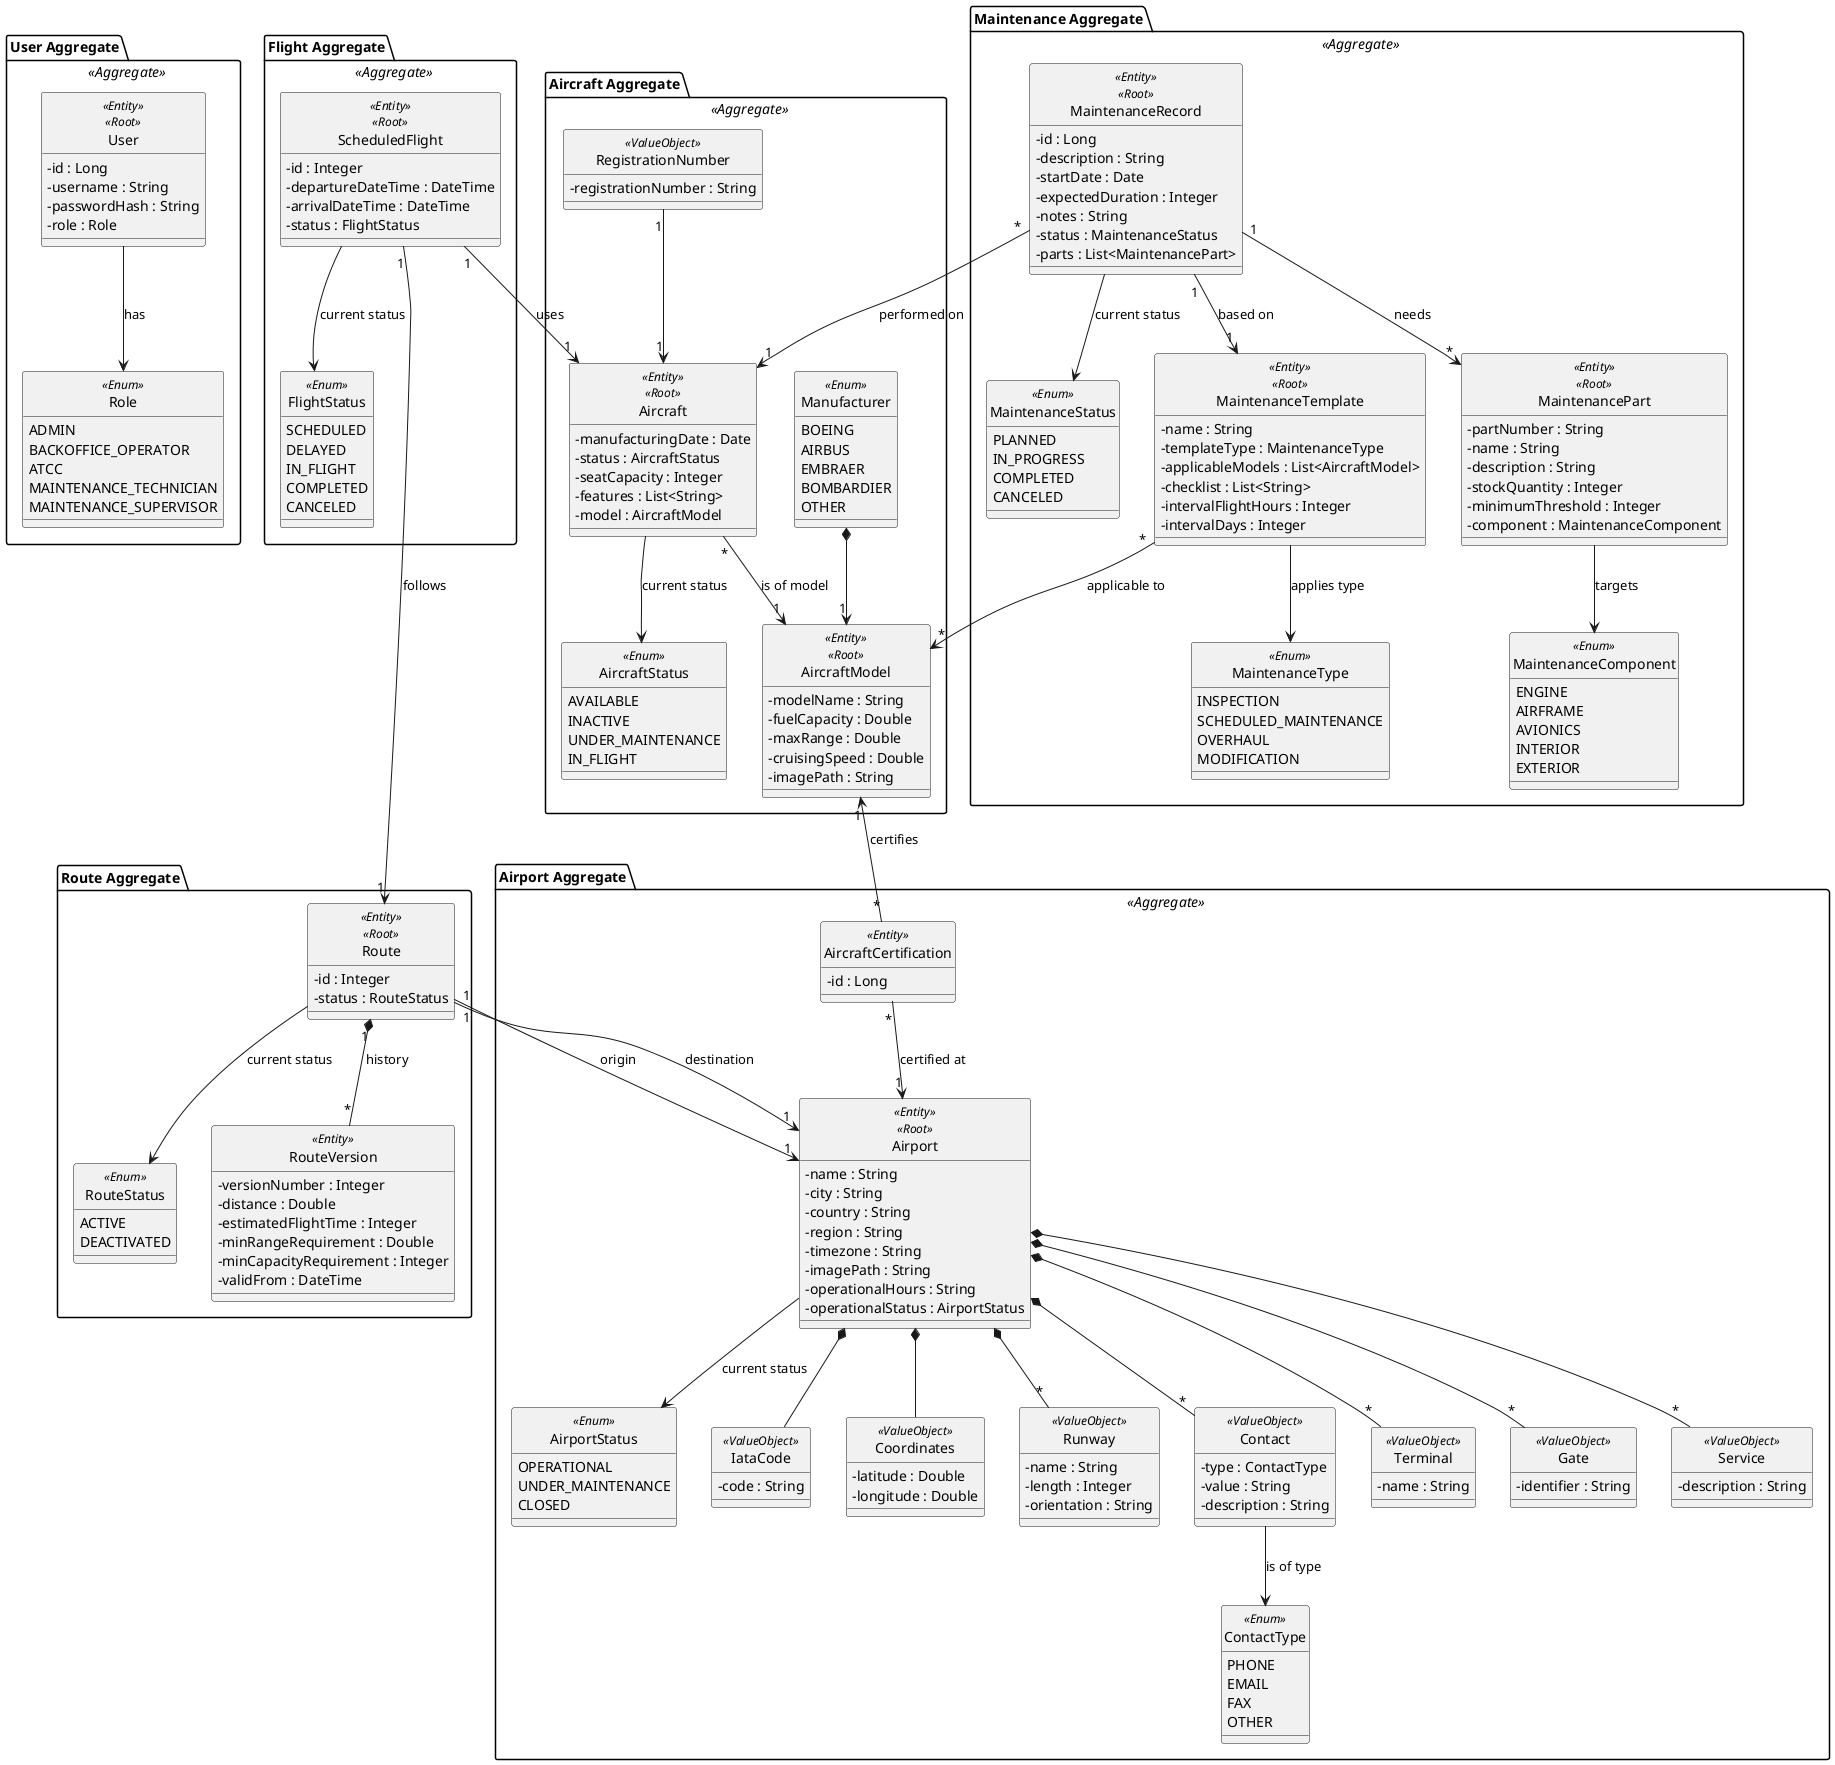
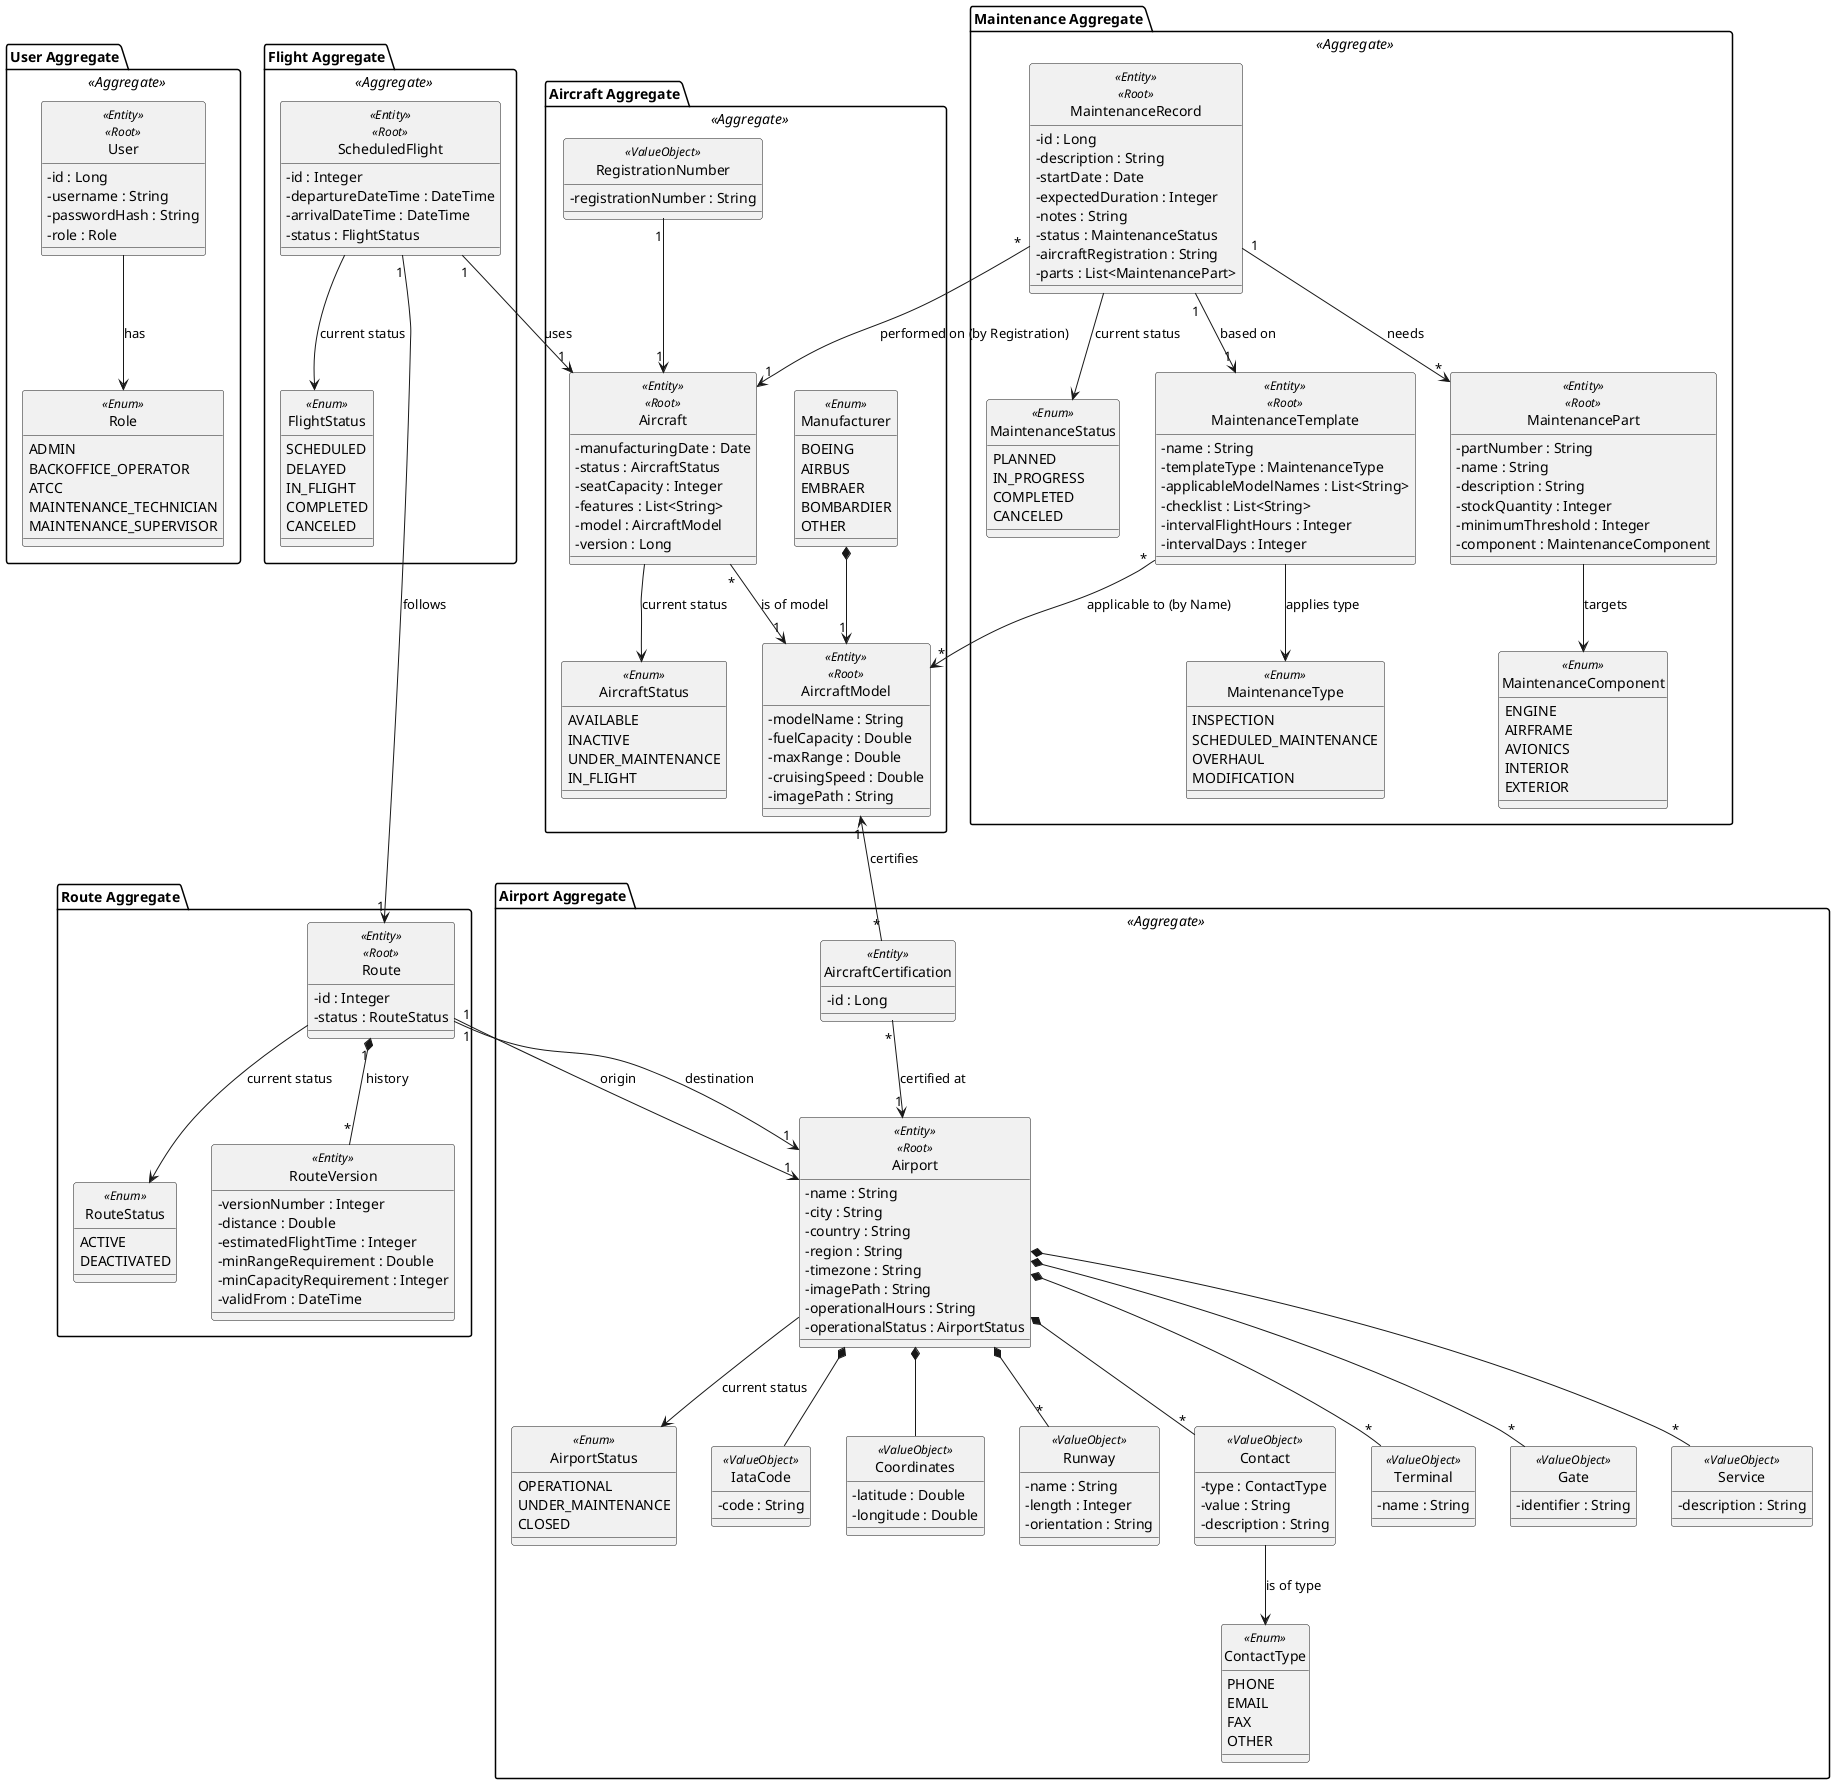
@startuml
skinparam classAttributeIconSize 0
skinparam monochrome true
hide circle

package "User Aggregate" <<Aggregate>> {
  enum Role <<Enum>> {
    ADMIN
    BACKOFFICE_OPERATOR
    ATCC
    MAINTENANCE_TECHNICIAN
    MAINTENANCE_SUPERVISOR
  }

  class User <<Entity>> <<Root>> {
    - id : Long
    - username : String
    - passwordHash : String
    - role : Role
  }

  User --> Role : has
}



package "Aircraft Aggregate" <<Aggregate>> {
  enum AircraftStatus <<Enum>> {
    AVAILABLE
    INACTIVE
    UNDER_MAINTENANCE
    IN_FLIGHT
  }
  enum Manufacturer <<Enum>> {
    BOEING
    AIRBUS
    EMBRAER
    BOMBARDIER
    OTHER
  }
  class Aircraft <<Entity>> <<Root>> {
    - manufacturingDate : Date
    - status : AircraftStatus
    - seatCapacity : Integer
    - features : List<String>
    - model : AircraftModel
+     - version : Long
  }

  class AircraftModel <<Entity>> <<Root>> {
    - modelName : String
    - fuelCapacity : Double
    - maxRange : Double
    - cruisingSpeed : Double
    - imagePath : String
  }
  class RegistrationNumber <<ValueObject>> {
    - registrationNumber : String
  }
  Aircraft --> AircraftStatus : current status
  RegistrationNumber "1"-->"1" Aircraft
  Manufacturer *-->"1" AircraftModel
}

package "Airport Aggregate" <<Aggregate>> {
  enum AirportStatus <<Enum>> {
     OPERATIONAL
     UNDER_MAINTENANCE
     CLOSED
  }

  enum ContactType <<Enum>> {
     PHONE
     EMAIL
     FAX
     OTHER
  }

  class IataCode <<ValueObject>> {
    - code : String
  }

  class Coordinates <<ValueObject>> {
    - latitude : Double
    - longitude : Double
  }

  class Runway <<ValueObject>> {
    - name : String
    - length : Integer
    - orientation : String
  }

  class Contact <<ValueObject>> {
    - type : ContactType
    - value : String
    - description : String
  }

  class Terminal <<ValueObject>> {
    - name : String
  }

  class Gate <<ValueObject>> {
    - identifier : String
  }

  class Service <<ValueObject>> {
    - description : String
  }

  class Airport <<Entity>> <<Root>> {
    - name : String
    - city : String
    - country : String
    - region : String
    - timezone : String
    - imagePath : String
    - operationalHours : String
    - operationalStatus : AirportStatus
  }

  class AircraftCertification <<Entity>> {
    - id : Long
  }

  Airport --> AirportStatus : current status
  Contact --> ContactType : is of type

  Airport *-- IataCode
  Airport *-- Coordinates
  Airport *-- "*" Runway
  Airport *-- "*" Contact
  Airport *-- "*" Terminal
  Airport *-- "*" Gate
  Airport *-- "*" Service
}

package "Route Aggregate" {
  enum RouteStatus <<Enum>> {
    ACTIVE
    DEACTIVATED
  }

  class Route <<Entity>> <<Root>> {
    - id : Integer
    - status : RouteStatus
  }

  class RouteVersion <<Entity>> {
    - versionNumber : Integer
    - distance : Double
    - estimatedFlightTime : Integer
    - minRangeRequirement : Double
    - minCapacityRequirement : Integer
    - validFrom : DateTime
  }

  Route "1" *-- "*" RouteVersion : history
  Route --> RouteStatus : current status
}

package "Flight Aggregate" <<Aggregate>> {
  enum FlightStatus <<Enum>> {
    SCHEDULED
    DELAYED
    IN_FLIGHT
    COMPLETED
    CANCELED
  }

  class ScheduledFlight <<Entity>> <<Root>> {
    - id : Integer
    - departureDateTime : DateTime
    - arrivalDateTime : DateTime
    - status : FlightStatus
  }

  ScheduledFlight --> FlightStatus : current status
}


package "Maintenance Aggregate" <<Aggregate>> {
  enum MaintenanceStatus <<Enum>> {
     PLANNED
     IN_PROGRESS
     COMPLETED
     CANCELED
  }

  enum MaintenanceType <<Enum>> {
    INSPECTION
    SCHEDULED_MAINTENANCE
    OVERHAUL
    MODIFICATION
  }

  enum MaintenanceComponent <<Enum>> {
    ENGINE
    AIRFRAME
    AVIONICS
    INTERIOR
    EXTERIOR
  }

  class MaintenanceTemplate <<Entity>> <<Root>> {
    - name : String
    - templateType : MaintenanceType
-     - applicableModels : List<AircraftModel>
+     - applicableModelNames : List<String>
    - checklist : List<String>
    - intervalFlightHours : Integer
    - intervalDays : Integer
  }

  class MaintenanceRecord <<Entity>> <<Root>> {
    - id : Long
    - description : String
    - startDate : Date
    - expectedDuration : Integer
    - notes : String
    - status : MaintenanceStatus
+     - aircraftRegistration : String
    - parts : List<MaintenancePart>
  }

  class MaintenancePart <<Entity>> <<Root>> {
    - partNumber : String
    - name : String
    - description : String
    - stockQuantity : Integer
    - minimumThreshold : Integer
    - component : MaintenanceComponent
  }

  MaintenanceTemplate --> MaintenanceType : applies type
  MaintenanceRecord --> MaintenanceStatus : current status
  MaintenancePart --> MaintenanceComponent : targets
}


Aircraft "*" --> "1" AircraftModel : is of model
AircraftModel "1" <-- "*" AircraftCertification : certifies
Airport "1" <-up- "*" AircraftCertification : certified at

Route "1" --> "1" Airport : origin
Route "1" --> "1" Airport : destination

ScheduledFlight "1" --> "1" Route : follows
ScheduledFlight "1" --> "1" Aircraft : uses

- MaintenanceTemplate "*" --> "*" AircraftModel : applicable to
+ MaintenanceTemplate "*" --> "*" AircraftModel : applicable to (by Name)
MaintenanceRecord "1" --> "*" MaintenancePart : needs
MaintenanceRecord "1" --> "1" MaintenanceTemplate : based on
- MaintenanceRecord "*" --> "1" Aircraft : performed on
+ MaintenanceRecord "*" --> "1" Aircraft : performed on (by Registration)

@enduml
